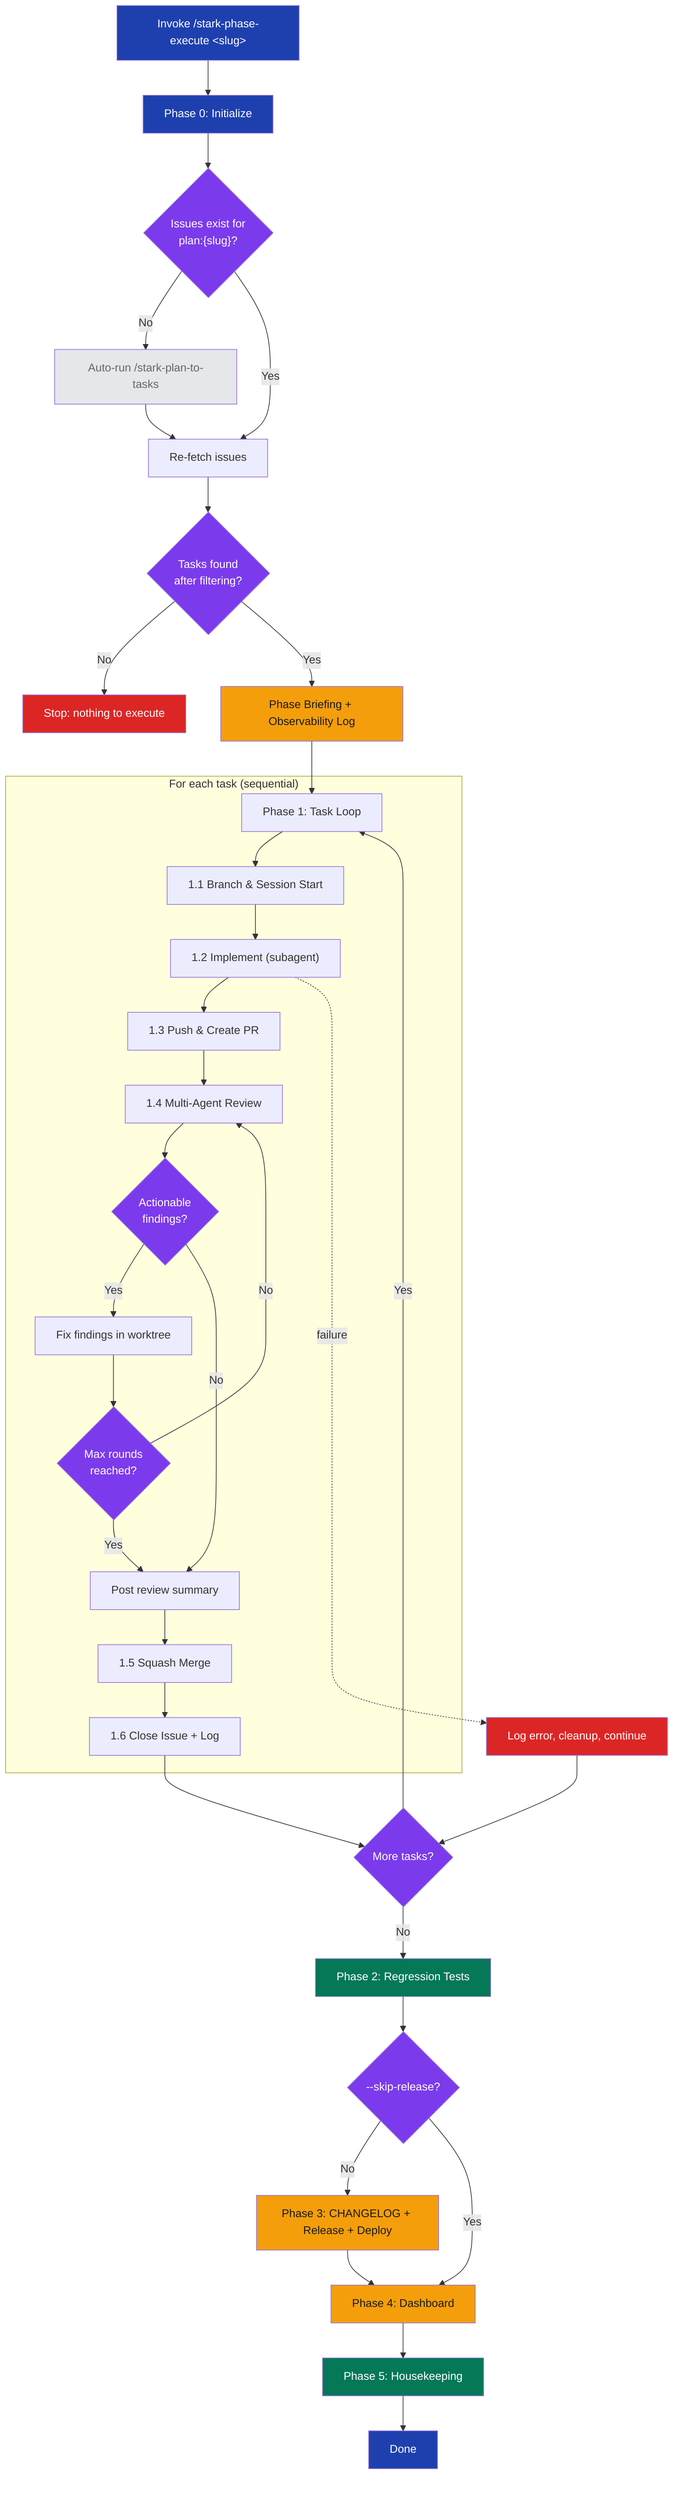
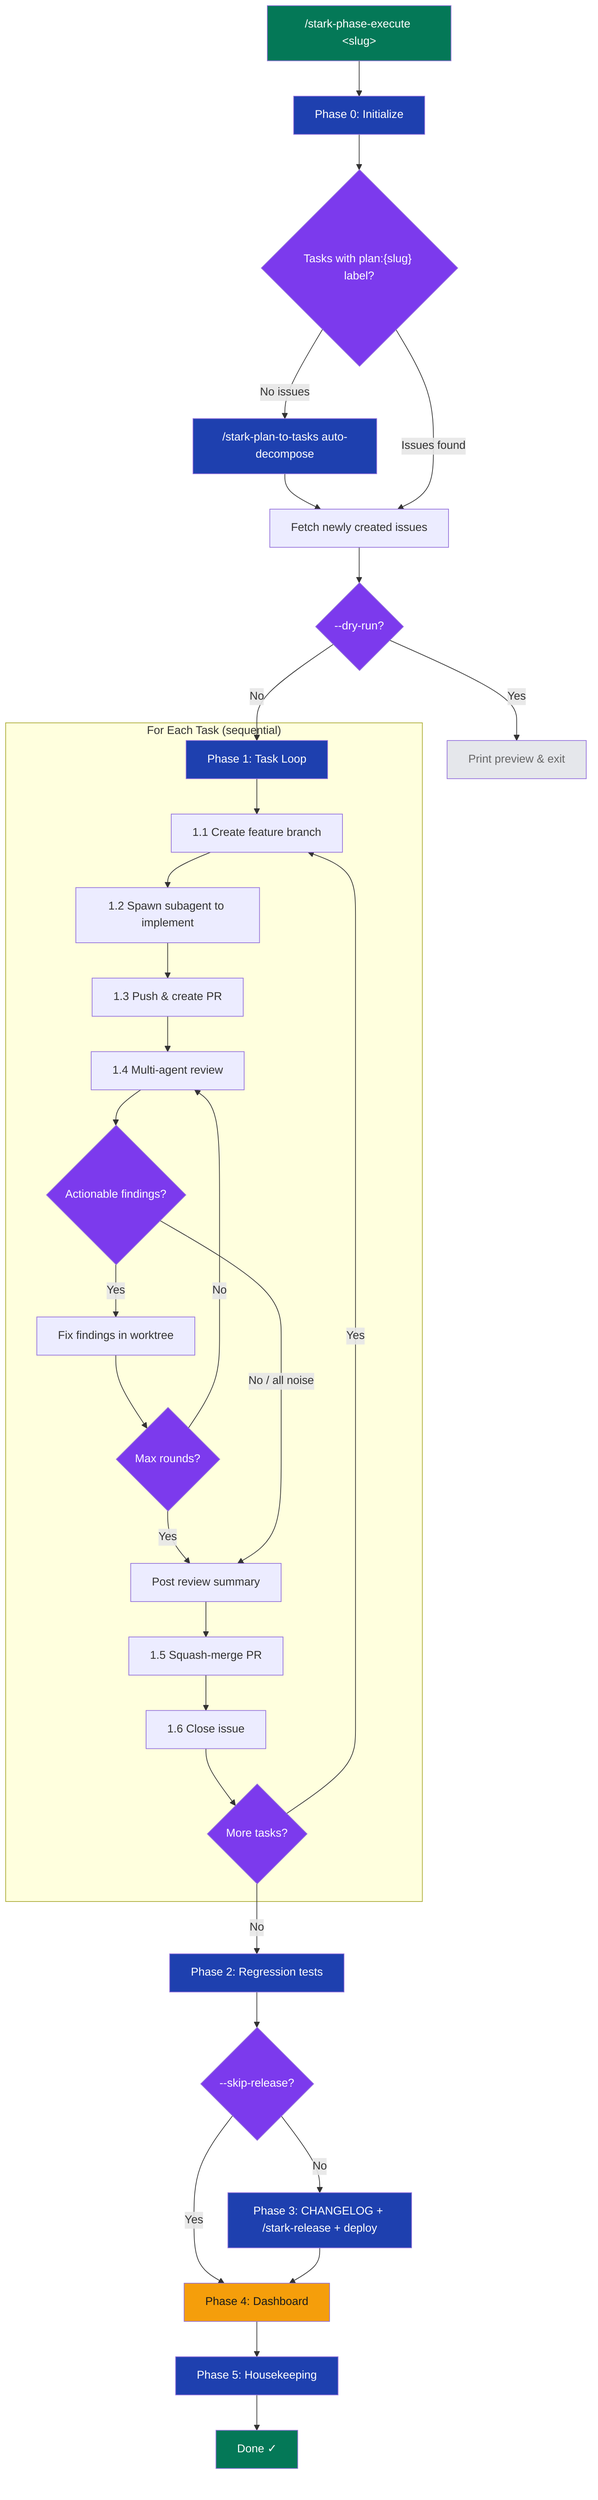
graph TD
-     A["Invoke /stark-phase-execute &lt;slug&gt;"] --> B["Phase 0: Initialize"]
-     B --> C{"Issues exist for<br>plan:{slug}?"}
-     C -->|No| D["Auto-run /stark-plan-to-tasks"]
-     D --> E["Re-fetch issues"]
-     C -->|Yes| E
-     E --> F{"Tasks found<br>after filtering?"}
-     F -->|No| G["Stop: nothing to execute"]
-     F -->|Yes| H["Phase Briefing + Observability Log"]
-     H --> I["Phase 1: Task Loop"]
+     A["/stark-phase-execute &lt;slug&gt;"] --> B["Phase 0: Initialize"]
+     B --> C{"Tasks with plan:{slug} label?"}
+     C -->|"No issues"| D["/stark-plan-to-tasks auto-decompose"]
+     D --> E["Fetch newly created issues"]
+     C -->|"Issues found"| E
+     E --> F{"--dry-run?"}
+     F -->|"Yes"| G["Print preview & exit"]
+     F -->|"No"| H["Phase 1: Task Loop"]

-     subgraph TaskLoop["For each task (sequential)"]
-         I --> J["1.1 Branch & Session Start"]
-         J --> K["1.2 Implement (subagent)"]
-         K --> L["1.3 Push & Create PR"]
-         L --> M["1.4 Multi-Agent Review"]
-         M --> N{"Actionable<br>findings?"}
-         N -->|Yes| O["Fix findings in worktree"]
-         O --> P{"Max rounds<br>reached?"}
-         P -->|No| M
-         P -->|Yes| Q["Post review summary"]
-         N -->|No| Q
-         Q --> R["1.5 Squash Merge"]
-         R --> S["1.6 Close Issue + Log"]
+     subgraph TaskLoop["For Each Task (sequential)"]
+         H --> I["1.1 Create feature branch"]
+         I --> J["1.2 Spawn subagent to implement"]
+         J --> K["1.3 Push & create PR"]
+         K --> L["1.4 Multi-agent review"]
+         L --> M{"Actionable findings?"}
+         M -->|"Yes"| N["Fix findings in worktree"]
+         N --> O{"Max rounds?"}
+         O -->|"No"| L
+         O -->|"Yes"| P["Post review summary"]
+         M -->|"No / all noise"| P
+         P --> Q["1.5 Squash-merge PR"]
+         Q --> R["1.6 Close issue"]
+         R --> S{"More tasks?"}
+         S -->|"Yes"| I
    end

-     S --> T{"More tasks?"}
-     T -->|Yes| I
-     T -->|No| U["Phase 2: Regression Tests"]
-     U --> V{"--skip-release?"}
-     V -->|No| W["Phase 3: CHANGELOG + Release + Deploy"]
-     V -->|Yes| X["Phase 4: Dashboard"]
-     W --> X
-     X --> Y["Phase 5: Housekeeping"]
-     Y --> Z["Done"]
+     S -->|"No"| T["Phase 2: Regression tests"]
+     T --> U{"--skip-release?"}
+     U -->|"No"| V["Phase 3: CHANGELOG + /stark-release + deploy"]
+     U -->|"Yes"| W["Phase 4: Dashboard"]
+     V --> W
+     W --> X["Phase 5: Housekeeping"]
+     X --> Y["Done ✓"]

-     K -.->|"failure"| ERR["Log error, cleanup, continue"]
-     ERR --> T
- 
-     style A fill:#1e40af,color:#fff
+     style A fill:#047857,color:#fff
    style B fill:#1e40af,color:#fff
    style C fill:#7c3aed,color:#fff
-     style D fill:#e5e7eb,color:#666
+     style D fill:#1e40af,color:#fff
    style F fill:#7c3aed,color:#fff
-     style G fill:#dc2626,color:#fff
-     style H fill:#f59e0b,color:#1a1a1a
-     style N fill:#7c3aed,color:#fff
-     style P fill:#7c3aed,color:#fff
-     style T fill:#7c3aed,color:#fff
-     style V fill:#7c3aed,color:#fff
-     style U fill:#047857,color:#fff
+     style G fill:#e5e7eb,color:#666
+     style H fill:#1e40af,color:#fff
+     style M fill:#7c3aed,color:#fff
+     style O fill:#7c3aed,color:#fff
+     style S fill:#7c3aed,color:#fff
+     style T fill:#1e40af,color:#fff
+     style U fill:#7c3aed,color:#fff
+     style V fill:#1e40af,color:#fff
    style W fill:#f59e0b,color:#1a1a1a
-     style X fill:#f59e0b,color:#1a1a1a
-     style Y fill:#047857,color:#fff
-     style Z fill:#1e40af,color:#fff
-     style ERR fill:#dc2626,color:#fff+     style X fill:#1e40af,color:#fff
+     style Y fill:#047857,color:#fff